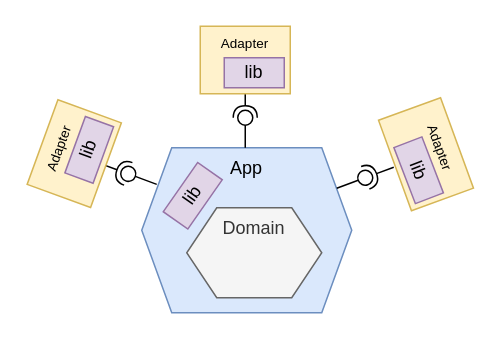
Before: page "OO" (17 of 17) of 1.drawio in alicemunsal/dohex, a draw.io diagram. Source tidied: cells renumbered, new cells numbered last; positions are measured from the earlier drawing's top-left corner, leaving out a move shared by most shapes. Both pictures are drawn from the tidied source at 150%, with x=0, y=0 at pixel (28, 26).
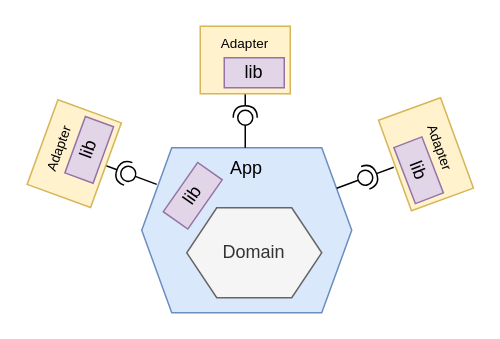
The same page after the edit.

Change to the diagram source:
```diff
@@
-    <mxCell id="3" value="Domain" style="shape=hexagon;perimeter=hexagonPerimeter2;whiteSpace=wrap;html=1;fixedSize=1;rotation=0;fillColor=#f5f5f5;strokeColor=#666666;verticalAlign=top;fontColor=#333333;" parent="1" vertex="1">
+    <mxCell id="3" value="Domain" style="shape=hexagon;perimeter=hexagonPerimeter2;whiteSpace=wrap;html=1;fixedSize=1;rotation=0;fillColor=#f5f5f5;strokeColor=#666666;verticalAlign=middle;fontColor=#333333;" parent="1" vertex="1">
       <mxGeometry x="105" y="121" width="90" height="60" as="geometry" />
     </mxCell>
```
